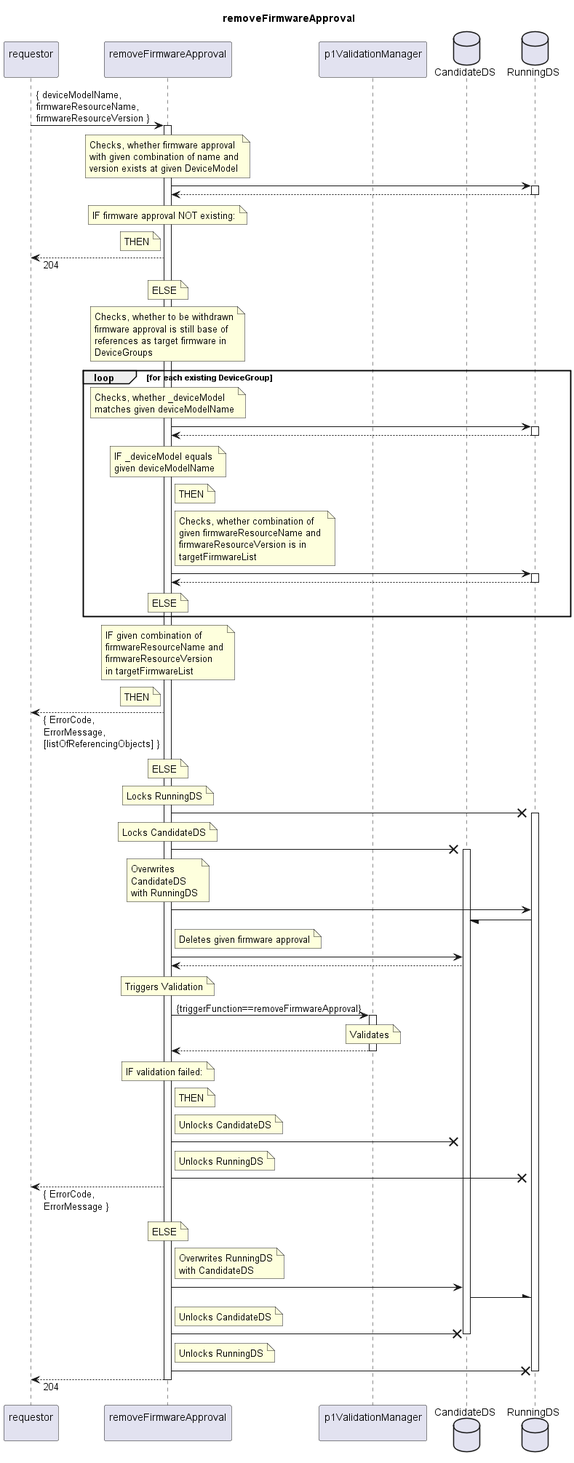
Above: spec/Services/removeFirmwareApproval/1.0.0/removeFirmwareApproval.png in openBackhaul/FirmWareManager (PlantUML), before the change.
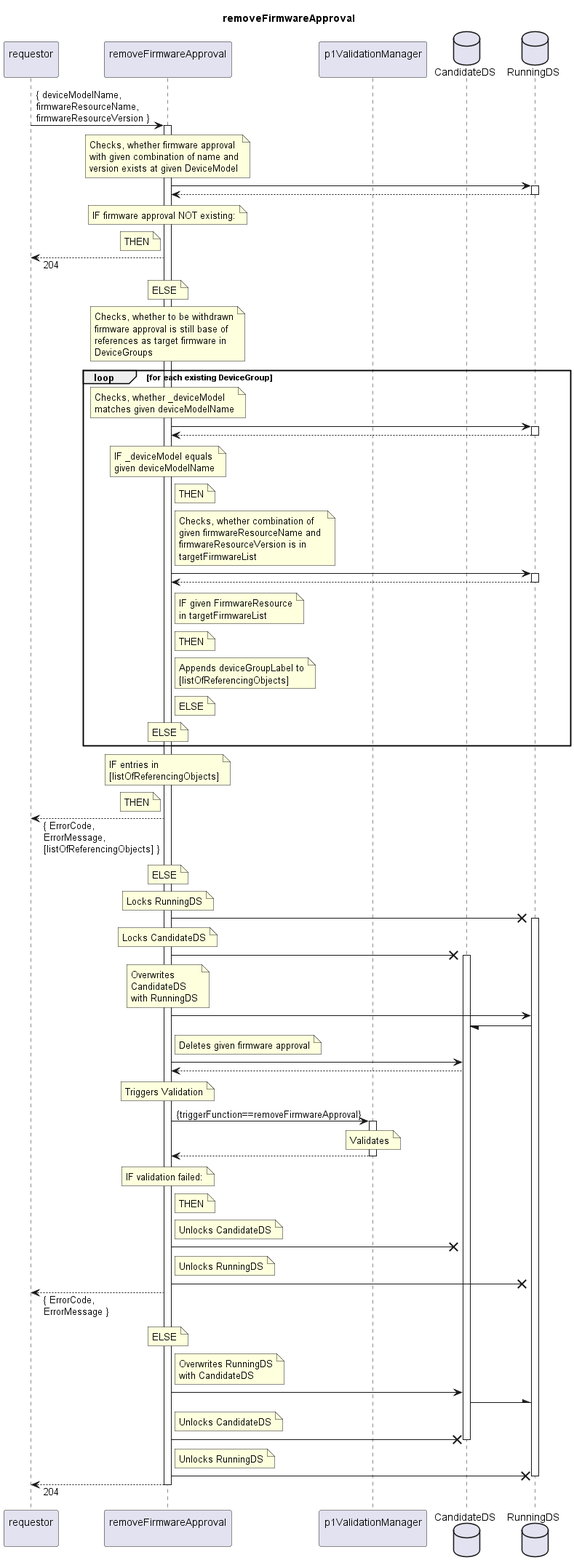
The same diagram one commit later.

The edit, as a diff of the source:
```diff
@@ -66,15 +66,27 @@
       activate RunDS
       indServ <-- RunDS
       deactivate RunDS
+      note right indServ
+        IF given FirmwareResource
+        in targetFirmwareList
+      end note
+      note right indServ
+        THEN
+      end note
+      note right indServ
+        Appends deviceGroupLabel to
+        [listOfReferencingObjects]
+      end note
+      note right indServ
+        ELSE
+      end note
       note over indServ
         ELSE
       end note
   end loop
   note over indServ
-    IF given combination of
-    firmwareResourceName and
-    firmwareResourceVersion
-    in targetFirmwareList
+    IF entries in
+    [listOfReferencingObjects]
   end note
   note left indServ
     THEN
```
